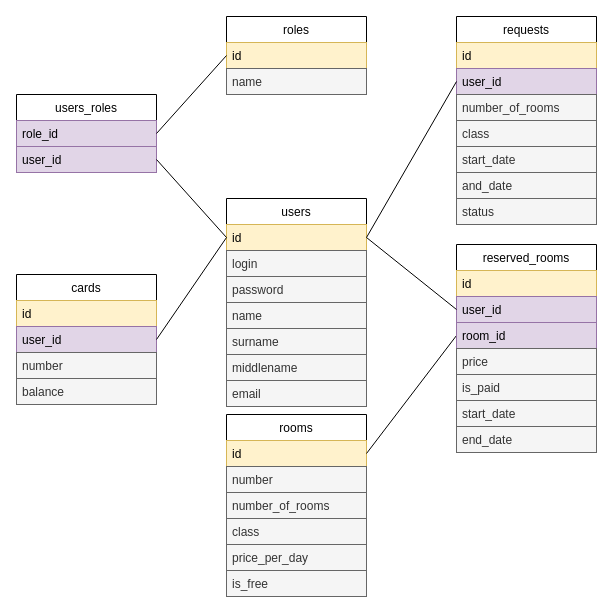
This is sql/HotelReservation.drawio from This-is-warnings/HotelReservationAPI, a draw.io file, before an edit. Source tidied: cells renumbered, new cells numbered last; positions are measured from the earlier drawing's top-left corner, leaving out a move shared by most shapes. Both pictures are drawn from the tidied source at 100%, with x=0, y=0 at pixel (16, 16).
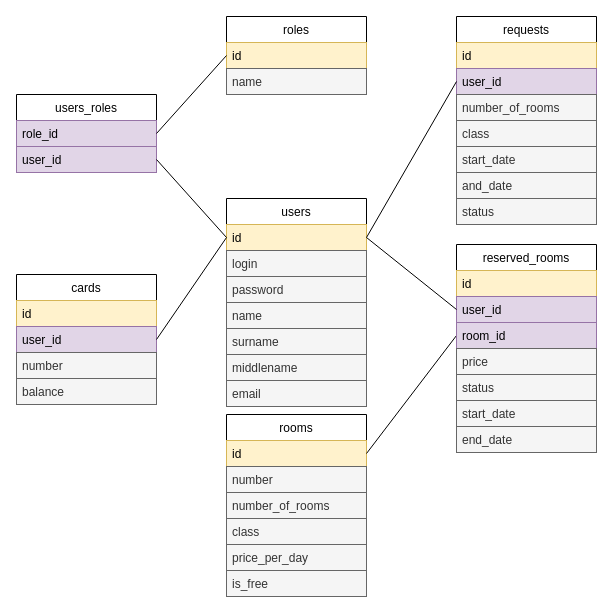
Above is the later version.

Commit message:
change field is_paid to status in res room

Unchanged cells that the change refers to:
```xml
<mxCell id="41" value="reserved_rooms" style="swimlane;fontStyle=0;horizontal=1;startSize=26;" parent="1" vertex="1">
  <mxGeometry x="440" y="228" width="140" height="208" as="geometry" />
</mxCell>
```

Diff of the diagram source:
```diff
@@
-    <mxCell id="46" value="is_paid" style="text;align=left;verticalAlign=top;spacingLeft=4;spacingRight=4;overflow=hidden;fillColor=#f5f5f5;fontColor=#333333;strokeColor=#666666;" parent="41" vertex="1">
+    <mxCell id="46" value="status" style="text;align=left;verticalAlign=top;spacingLeft=4;spacingRight=4;overflow=hidden;fillColor=#f5f5f5;fontColor=#333333;strokeColor=#666666;" parent="41" vertex="1">
       <mxGeometry y="130" width="140" height="26" as="geometry" />
     </mxCell>
```
